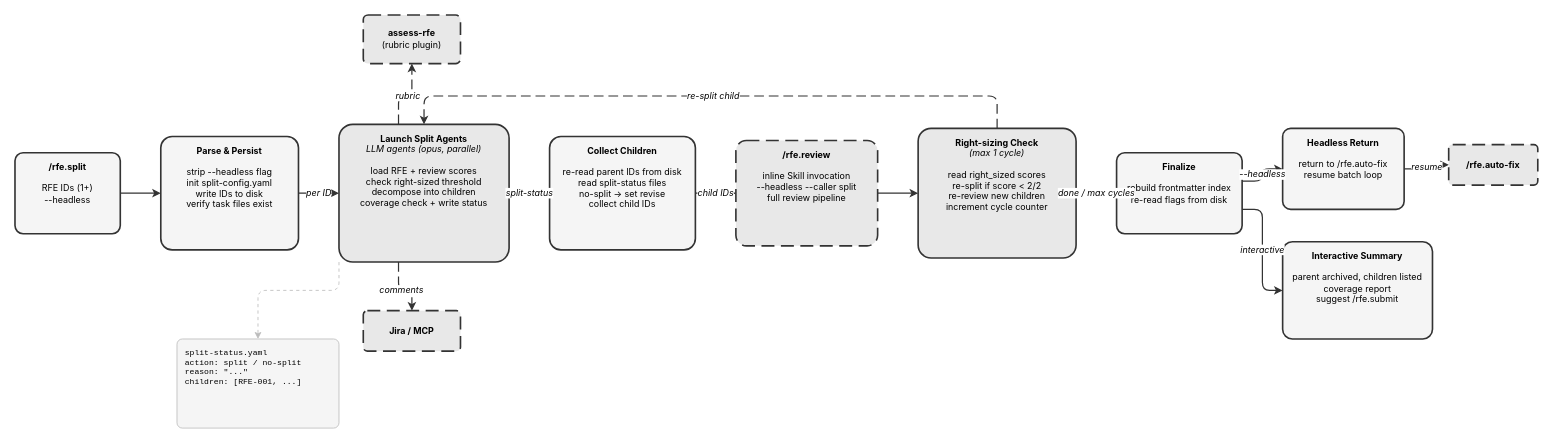
This is site/docs/plugins/rfe-creator/rfe.split.drawio from fege/skills-registry, a draw.io file, before an edit. Source tidied: cells renumbered, new cells numbered last; positions are measured from the earlier drawing's top-left corner, leaving out a move shared by most shapes. Both pictures are drawn from the tidied source at 81%, with x=0, y=0 at pixel (15, 15).
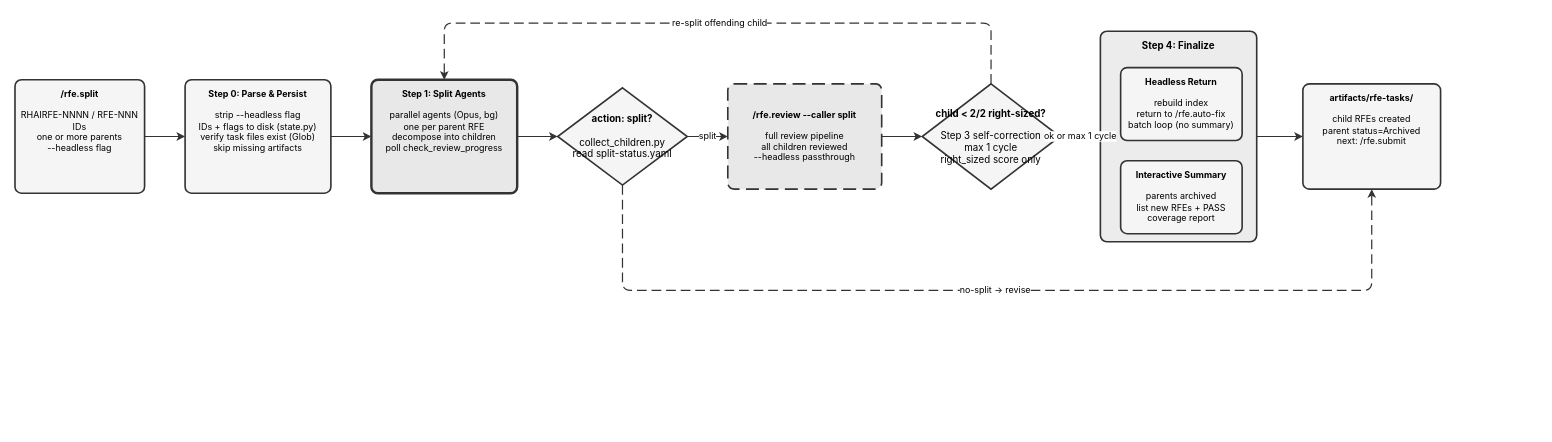
Above is the later version.

Change to the diagram source:
```diff
@@
-    <mxCell id="2" value="&lt;b&gt;/rfe.split&lt;/b&gt;&lt;br&gt;&lt;br&gt;RFE IDs (1+)&lt;br&gt;--headless" style="rounded=1;whiteSpace=wrap;html=1;fillColor=#f5f5f5;strokeColor=#333333;strokeWidth=2;arcSize=10;verticalAlign=top;spacingTop=5;fontSize=11;fontFamily=Inter,Helvetica,Arial,sans-serif;" parent="1" vertex="1">
-      <mxGeometry y="170" width="130" height="100" as="geometry" />
+    <mxCell id="2" value="&lt;b&gt;/rfe.split&lt;/b&gt;&lt;br&gt;&lt;br&gt;RHAIRFE-NNNN / RFE-NNN IDs&lt;br&gt;one or more parents&lt;br&gt;--headless flag" style="rounded=1;whiteSpace=wrap;html=1;fillColor=#f5f5f5;strokeColor=#333333;strokeWidth=2;verticalAlign=top;spacingTop=5;fontSize=11;fontFamily=Inter,Helvetica,Arial,sans-serif;arcSize=16;absoluteArcSize=1;" parent="1" vertex="1">
+      <mxGeometry y="80" width="160" height="140" as="geometry" />
     </mxCell>
-    <mxCell id="3" value="&lt;b&gt;Parse &amp; Persist&lt;/b&gt;&lt;br&gt;&lt;br&gt;strip --headless flag&lt;br&gt;init split-config.yaml&lt;br&gt;write IDs to disk&lt;br&gt;verify task files exist" style="rounded=1;whiteSpace=wrap;html=1;fillColor=#f5f5f5;strokeColor=#333333;strokeWidth=2;arcSize=10;verticalAlign=top;spacingTop=5;fontSize=11;fontFamily=Inter,Helvetica,Arial,sans-serif;" parent="1" vertex="1">
-      <mxGeometry x="180" y="150" width="170" height="140" as="geometry" />
+    <mxCell id="3" value="&lt;b&gt;Step 0: Parse &amp; Persist&lt;/b&gt;&lt;br&gt;&lt;br&gt;strip --headless flag&lt;br&gt;IDs + flags to disk (state.py)&lt;br&gt;verify task files exist (Glob)&lt;br&gt;skip missing artifacts" style="rounded=1;whiteSpace=wrap;html=1;fillColor=#f5f5f5;strokeColor=#333333;strokeWidth=2;verticalAlign=top;spacingTop=5;fontSize=11;fontFamily=Inter,Helvetica,Arial,sans-serif;arcSize=16;absoluteArcSize=1;" parent="1" vertex="1">
+      <mxGeometry x="210" y="80" width="180" height="140" as="geometry" />
     </mxCell>
-    <mxCell id="4" value="&lt;b&gt;Launch Split Agents&lt;/b&gt;&lt;br&gt;&lt;i&gt;LLM agents (opus, parallel)&lt;/i&gt;&lt;br&gt;&lt;br&gt;load RFE + review scores&lt;br&gt;check right-sized threshold&lt;br&gt;decompose into children&lt;br&gt;coverage check + write status" style="rounded=1;whiteSpace=wrap;html=1;fillColor=#e8e8e8;strokeColor=#333333;strokeWidth=2;arcSize=10;verticalAlign=top;spacingTop=5;fontSize=11;fontFamily=Inter,Helvetica,Arial,sans-serif;" parent="1" vertex="1">
-      <mxGeometry x="400" y="135" width="210" height="170" as="geometry" />
+    <mxCell id="4" value="&lt;b&gt;Step 1: Split Agents&lt;/b&gt;&lt;br&gt;&lt;br&gt;parallel agents (Opus, bg)&lt;br&gt;one per parent RFE&lt;br&gt;decompose into children&lt;br&gt;poll check_review_progress" style="rounded=1;whiteSpace=wrap;html=1;fillColor=#e8e8e8;strokeColor=#333333;strokeWidth=3;verticalAlign=top;spacingTop=5;fontSize=11;fontFamily=Inter,Helvetica,Arial,sans-serif;double=1;arcSize=16;absoluteArcSize=1;" parent="1" vertex="1">
+      <mxGeometry x="440" y="80" width="180" height="140" as="geometry" />
     </mxCell>
-    <mxCell id="5" value="&lt;b&gt;assess-rfe&lt;/b&gt;&lt;br&gt;(rubric plugin)" style="rounded=1;whiteSpace=wrap;html=1;fillColor=#e8e8e8;strokeColor=#333333;strokeWidth=2;arcSize=10;dashed=1;dashPattern=8 4;verticalAlign=middle;fontSize=11;fontFamily=Inter,Helvetica,Arial,sans-serif;" parent="1" vertex="1">
-      <mxGeometry x="430" width="120" height="60" as="geometry" />
-    </mxCell>
-    <mxCell id="6" value="&lt;b&gt;Jira / MCP&lt;/b&gt;" style="rounded=1;whiteSpace=wrap;html=1;fillColor=#e8e8e8;strokeColor=#333333;strokeWidth=2;arcSize=10;dashed=1;dashPattern=8 4;verticalAlign=middle;fontSize=11;fontFamily=Inter,Helvetica,Arial,sans-serif;" parent="1" vertex="1">
-      <mxGeometry x="430" y="365" width="120" height="50" as="geometry" />
-    </mxCell>
-    <mxCell id="7" value="split-status.yaml&lt;br&gt;action: split / no-split&lt;br&gt;reason: &quot;...&quot;&lt;br&gt;children: [RFE-001, ...]" style="rounded=1;whiteSpace=wrap;html=1;fillColor=#f5f5f5;strokeColor=#bbbbbb;strokeWidth=1;arcSize=6;verticalAlign=top;spacingTop=5;align=left;spacingLeft=8;fontSize=10;fontFamily=JetBrains Mono,Courier New,monospace;" parent="1" vertex="1">
-      <mxGeometry x="200" y="400" width="200" height="110" as="geometry" />
-    </mxCell>
-    <mxCell id="8" value="&lt;b&gt;Collect Children&lt;/b&gt;&lt;br&gt;&lt;br&gt;re-read parent IDs from disk&lt;br&gt;read split-status files&lt;br&gt;no-split &amp;rarr; set revise&lt;br&gt;collect child IDs" style="rounded=1;whiteSpace=wrap;html=1;fillColor=#f5f5f5;strokeColor=#333333;strokeWidth=2;arcSize=10;verticalAlign=top;spacingTop=5;fontSize=11;fontFamily=Inter,Helvetica,Arial,sans-serif;" parent="1" vertex="1">
-      <mxGeometry x="660" y="150" width="180" height="140" as="geometry" />
-    </mxCell>
-    <mxCell id="9" value="&lt;b&gt;/rfe.review&lt;/b&gt;&lt;br&gt;&lt;br&gt;inline Skill invocation&lt;br&gt;--headless --caller split&lt;br&gt;full review pipeline" style="rounded=1;whiteSpace=wrap;html=1;fillColor=#e8e8e8;strokeColor=#333333;strokeWidth=2;arcSize=10;dashed=1;dashPattern=8 4;verticalAlign=top;spacingTop=5;fontSize=11;fontFamily=Inter,Helvetica,Arial,sans-serif;" parent="1" vertex="1">
-      <mxGeometry x="890" y="155" width="175" height="130" as="geometry" />
-    </mxCell>
-    <mxCell id="10" value="&lt;b&gt;Right-sizing Check&lt;/b&gt;&lt;br&gt;&lt;i&gt;(max 1 cycle)&lt;/i&gt;&lt;br&gt;&lt;br&gt;read right_sized scores&lt;br&gt;re-split if score &lt; 2/2&lt;br&gt;re-review new children&lt;br&gt;increment cycle counter" style="rounded=1;whiteSpace=wrap;html=1;fillColor=#e8e8e8;strokeColor=#333333;strokeWidth=2;arcSize=10;verticalAlign=top;spacingTop=5;fontSize=11;fontFamily=Inter,Helvetica,Arial,sans-serif;" parent="1" vertex="1">
-      <mxGeometry x="1115" y="140" width="195" height="160" as="geometry" />
-    </mxCell>
+    <mxCell id="28" value="&lt;b&gt;action: split?&lt;/b&gt;&lt;br&gt;&lt;br&gt;collect_children.py&lt;br&gt;read split-status.yaml" style="rhombus;whiteSpace=wrap;html=1;fillColor=#f5f5f5;strokeColor=#333333;strokeWidth=2;fontSize=12;fontFamily=Inter,Helvetica,Arial,sans-serif;" parent="1" vertex="1">
+      <mxGeometry x="670" y="90" width="160" height="120" as="geometry" />
+    </mxCell>
+    <mxCell id="29" value="&lt;b&gt;/rfe.review --caller split&lt;/b&gt;&lt;br&gt;&lt;br&gt;full review pipeline&lt;br&gt;all children reviewed&lt;br&gt;--headless passthrough" style="rounded=1;whiteSpace=wrap;html=1;fillColor=#e8e8e8;strokeColor=#333333;strokeWidth=2;dashed=1;dashPattern=8 4;verticalAlign=middle;fontSize=11;fontFamily=Inter,Helvetica,Arial,sans-serif;arcSize=16;absoluteArcSize=1;" parent="1" vertex="1">
+      <mxGeometry x="880" y="85" width="190" height="130" as="geometry" />
+    </mxCell>
+    <mxCell id="30" value="&lt;b&gt;child &lt; 2/2 right-sized?&lt;/b&gt;&lt;br&gt;&lt;br&gt;Step 3 self-correction&lt;br&gt;max 1 cycle&lt;br&gt;right_sized score only" style="rhombus;whiteSpace=wrap;html=1;fillColor=#f5f5f5;strokeColor=#333333;strokeWidth=2;fontSize=12;fontFamily=Inter,Helvetica,Arial,sans-serif;" parent="1" vertex="1">
+      <mxGeometry x="1120" y="85" width="170" height="130" as="geometry" />
+    </mxCell>
-    <mxCell id="11" value="&lt;b&gt;Finalize&lt;/b&gt;&lt;br&gt;&lt;br&gt;rebuild frontmatter index&lt;br&gt;re-read flags from disk" style="rounded=1;whiteSpace=wrap;html=1;fillColor=#f5f5f5;strokeColor=#333333;strokeWidth=2;arcSize=10;verticalAlign=top;spacingTop=5;fontSize=11;fontFamily=Inter,Helvetica,Arial,sans-serif;" parent="1" vertex="1">
-      <mxGeometry x="1360" y="170" width="155" height="100" as="geometry" />
+    <mxCell id="11" value="&lt;b&gt;Step 4: Finalize&lt;/b&gt;" style="rounded=1;whiteSpace=wrap;html=1;fillColor=#ececec;strokeColor=#333333;strokeWidth=2;verticalAlign=top;spacingTop=5;fontSize=12;fontStyle=1;fontFamily=Inter,Helvetica,Arial,sans-serif;arcSize=16;absoluteArcSize=1;" parent="1" vertex="1">
+      <mxGeometry x="1340" y="20" width="193" height="260" as="geometry" />
     </mxCell>
-    <mxCell id="12" value="&lt;b&gt;Headless Return&lt;/b&gt;&lt;br&gt;&lt;br&gt;return to /rfe.auto-fix&lt;br&gt;resume batch loop" style="rounded=1;whiteSpace=wrap;html=1;fillColor=#f5f5f5;strokeColor=#333333;strokeWidth=2;arcSize=10;verticalAlign=top;spacingTop=5;fontSize=11;fontFamily=Inter,Helvetica,Arial,sans-serif;" parent="1" vertex="1">
-      <mxGeometry x="1565" y="140" width="150" height="100" as="geometry" />
-    </mxCell>
-    <mxCell id="13" value="&lt;b&gt;Interactive Summary&lt;/b&gt;&lt;br&gt;&lt;br&gt;parent archived, children listed&lt;br&gt;coverage report&lt;br&gt;suggest /rfe.submit" style="rounded=1;whiteSpace=wrap;html=1;fillColor=#f5f5f5;strokeColor=#333333;strokeWidth=2;arcSize=10;verticalAlign=top;spacingTop=5;fontSize=11;fontFamily=Inter,Helvetica,Arial,sans-serif;" parent="1" vertex="1">
-      <mxGeometry x="1565" y="280" width="185" height="120" as="geometry" />
-    </mxCell>
-    <mxCell id="14" value="&lt;b&gt;/rfe.auto-fix&lt;/b&gt;" style="rounded=1;whiteSpace=wrap;html=1;fillColor=#e8e8e8;strokeColor=#333333;strokeWidth=2;arcSize=10;dashed=1;dashPattern=8 4;verticalAlign=middle;fontSize=11;fontFamily=Inter,Helvetica,Arial,sans-serif;" parent="1" vertex="1">
-      <mxGeometry x="1770" y="160" width="110" height="50" as="geometry" />
-    </mxCell>
+    <mxCell id="31" value="&lt;b&gt;Headless Return&lt;/b&gt;&lt;br&gt;&lt;br&gt;rebuild index&lt;br&gt;return to /rfe.auto-fix&lt;br&gt;batch loop (no summary)" style="rounded=1;whiteSpace=wrap;html=1;fillColor=#f5f5f5;strokeColor=#333333;strokeWidth=2;verticalAlign=top;spacingTop=5;fontSize=11;fontFamily=Inter,Helvetica,Arial,sans-serif;arcSize=16;absoluteArcSize=1;" parent="11" vertex="1">
+      <mxGeometry x="25" y="45" width="150" height="90" as="geometry" />
+    </mxCell>
+    <mxCell id="32" value="&lt;b&gt;Interactive Summary&lt;/b&gt;&lt;br&gt;&lt;br&gt;parents archived&lt;br&gt;list new RFEs + PASS&lt;br&gt;coverage report" style="rounded=1;whiteSpace=wrap;html=1;fillColor=#f5f5f5;strokeColor=#333333;strokeWidth=2;verticalAlign=top;spacingTop=5;fontSize=11;fontFamily=Inter,Helvetica,Arial,sans-serif;arcSize=16;absoluteArcSize=1;" parent="11" vertex="1">
+      <mxGeometry x="25" y="160" width="150" height="90" as="geometry" />
+    </mxCell>
+    <mxCell id="33" value="&lt;b&gt;artifacts/rfe-tasks/&lt;/b&gt;&lt;br&gt;&lt;br&gt;child RFEs created&lt;br&gt;parent status=Archived&lt;br&gt;next: /rfe.submit" style="rounded=1;whiteSpace=wrap;html=1;fillColor=#f5f5f5;strokeColor=#333333;strokeWidth=2;verticalAlign=top;spacingTop=5;fontSize=11;fontFamily=Inter,Helvetica,Arial,sans-serif;arcSize=16;absoluteArcSize=1;" parent="1" vertex="1">
+      <mxGeometry x="1590" y="85" width="170" height="130" as="geometry" />
+    </mxCell>
-    <mxCell id="15" style="edgeStyle=orthogonalEdgeStyle;rounded=1;strokeColor=#333333;strokeWidth=1.5;html=1;fontFamily=Inter,Helvetica,Arial,sans-serif;exitX=1;exitY=0.5;exitDx=0;exitDy=0;entryX=0;entryY=0.5;entryDx=0;entryDy=0;" parent="1" edge="1" source="2" target="3">
+    <mxCell id="15" style="edgeStyle=orthogonalEdgeStyle;rounded=1;strokeColor=#333333;strokeWidth=1.5;html=1;fontFamily=Inter,Helvetica,Arial,sans-serif;exitX=1.0;exitY=0.5;exitDx=0;exitDy=0;entryX=0.0;entryY=0.5;entryDx=0;entryDy=0;" parent="1" edge="1" source="2" target="3">
       <mxGeometry relative="1" as="geometry" />
     </mxCell>
-    <mxCell id="16" value="per ID" style="edgeStyle=orthogonalEdgeStyle;rounded=1;strokeColor=#333333;strokeWidth=1.5;html=1;fontFamily=Inter,Helvetica,Arial,sans-serif;fontStyle=2;fontSize=11;exitX=1;exitY=0.5;exitDx=0;exitDy=0;entryX=0;entryY=0.5;entryDx=0;entryDy=0;" parent="1" edge="1" source="3" target="4">
+    <mxCell id="16" style="edgeStyle=orthogonalEdgeStyle;rounded=1;strokeColor=#333333;strokeWidth=1.5;html=1;fontFamily=Inter,Helvetica,Arial,sans-serif;exitX=1.0;exitY=0.5;exitDx=0;exitDy=0;entryX=0.0;entryY=0.5;entryDx=0;entryDy=0;" parent="1" edge="1" source="3" target="4">
       <mxGeometry relative="1" as="geometry" />
     </mxCell>
-    <mxCell id="17" value="rubric" style="edgeStyle=orthogonalEdgeStyle;rounded=1;strokeColor=#333333;strokeWidth=1.5;dashed=1;dashPattern=8 4;html=1;fontFamily=Inter,Helvetica,Arial,sans-serif;fontStyle=2;fontSize=11;exitX=0.35;exitY=0;exitDx=0;exitDy=0;entryX=0.5;entryY=1;entryDx=0;entryDy=0;" parent="1" edge="1" source="4" target="5">
-      <mxGeometry relative="1" as="geometry">
-        <Array as="points">
-          <mxPoint x="474" y="100" />
-          <mxPoint x="490" y="100" />
-        </Array>
-      </mxGeometry>
-    </mxCell>
-    <mxCell id="18" value="comments" style="edgeStyle=orthogonalEdgeStyle;rounded=1;strokeColor=#333333;strokeWidth=1.5;dashed=1;dashPattern=8 4;html=1;fontFamily=Inter,Helvetica,Arial,sans-serif;fontStyle=2;fontSize=11;exitX=0.35;exitY=1;exitDx=0;exitDy=0;entryX=0.5;entryY=0;entryDx=0;entryDy=0;" parent="1" edge="1" source="4" target="6">
-      <mxGeometry relative="1" as="geometry">
-        <Array as="points">
-          <mxPoint x="474" y="340" />
-          <mxPoint x="490" y="340" />
-        </Array>
-      </mxGeometry>
-    </mxCell>
-    <mxCell id="19" value="split-status" style="edgeStyle=orthogonalEdgeStyle;rounded=1;strokeColor=#333333;strokeWidth=1.5;html=1;fontFamily=Inter,Helvetica,Arial,sans-serif;fontStyle=2;fontSize=11;exitX=1;exitY=0.5;exitDx=0;exitDy=0;entryX=0;entryY=0.5;entryDx=0;entryDy=0;" parent="1" edge="1" source="4" target="8">
-      <mxGeometry relative="1" as="geometry" />
-    </mxCell>
-    <mxCell id="20" style="edgeStyle=orthogonalEdgeStyle;rounded=1;strokeColor=#bbbbbb;strokeWidth=1;dashed=1;dashPattern=4 4;html=1;fontFamily=Inter,Helvetica,Arial,sans-serif;exitX=0;exitY=1;exitDx=0;exitDy=0;entryX=0.5;entryY=0;entryDx=0;entryDy=0;" parent="1" edge="1" source="4" target="7">
-      <mxGeometry relative="1" as="geometry">
-        <Array as="points">
-          <mxPoint x="400" y="340" />
-          <mxPoint x="300" y="340" />
-        </Array>
-      </mxGeometry>
-    </mxCell>
-    <mxCell id="21" value="child IDs" style="edgeStyle=orthogonalEdgeStyle;rounded=1;strokeColor=#333333;strokeWidth=1.5;html=1;fontFamily=Inter,Helvetica,Arial,sans-serif;fontStyle=2;fontSize=11;exitX=1;exitY=0.5;exitDx=0;exitDy=0;entryX=0;entryY=0.5;entryDx=0;entryDy=0;" parent="1" edge="1" source="8" target="9">
-      <mxGeometry relative="1" as="geometry" />
-    </mxCell>
-    <mxCell id="22" style="edgeStyle=orthogonalEdgeStyle;rounded=1;strokeColor=#333333;strokeWidth=1.5;html=1;fontFamily=Inter,Helvetica,Arial,sans-serif;exitX=1;exitY=0.5;exitDx=0;exitDy=0;entryX=0;entryY=0.5;entryDx=0;entryDy=0;" parent="1" edge="1" source="9" target="10">
-      <mxGeometry relative="1" as="geometry" />
-    </mxCell>
-    <mxCell id="23" value="re-split child" style="edgeStyle=orthogonalEdgeStyle;rounded=1;strokeColor=#333333;strokeWidth=1.5;dashed=1;dashPattern=8 4;html=1;fontFamily=Inter,Helvetica,Arial,sans-serif;fontStyle=2;fontSize=11;exitX=0.5;exitY=0;exitDx=0;exitDy=0;entryX=0.5;entryY=0;entryDx=0;entryDy=0;" parent="1" edge="1" source="10" target="4">
-      <mxGeometry relative="1" as="geometry">
-        <Array as="points">
-          <mxPoint x="1212" y="100" />
-          <mxPoint x="505" y="100" />
-        </Array>
-      </mxGeometry>
-    </mxCell>
-    <mxCell id="24" value="done / max cycles" style="edgeStyle=orthogonalEdgeStyle;rounded=1;strokeColor=#333333;strokeWidth=1.5;html=1;fontFamily=Inter,Helvetica,Arial,sans-serif;fontStyle=2;fontSize=11;exitX=1;exitY=0.5;exitDx=0;exitDy=0;entryX=0;entryY=0.5;entryDx=0;entryDy=0;" parent="1" edge="1" source="10" target="11">
-      <mxGeometry relative="1" as="geometry" />
-    </mxCell>
-    <mxCell id="25" value="--headless" style="edgeStyle=orthogonalEdgeStyle;rounded=1;strokeColor=#333333;strokeWidth=1.5;html=1;fontFamily=Inter,Helvetica,Arial,sans-serif;fontStyle=2;fontSize=11;exitX=1;exitY=0.35;exitDx=0;exitDy=0;entryX=0;entryY=0.5;entryDx=0;entryDy=0;" parent="1" edge="1" source="11" target="12">
-      <mxGeometry relative="1" as="geometry">
-        <Array as="points">
-          <mxPoint x="1540" y="205" />
-          <mxPoint x="1540" y="190" />
-        </Array>
-      </mxGeometry>
-    </mxCell>
-    <mxCell id="26" value="interactive" style="edgeStyle=orthogonalEdgeStyle;rounded=1;strokeColor=#333333;strokeWidth=1.5;html=1;fontFamily=Inter,Helvetica,Arial,sans-serif;fontStyle=2;fontSize=11;exitX=1;exitY=0.7;exitDx=0;exitDy=0;entryX=0;entryY=0.5;entryDx=0;entryDy=0;" parent="1" edge="1" source="11" target="13">
-      <mxGeometry relative="1" as="geometry">
-        <Array as="points">
-          <mxPoint x="1540" y="240" />
-          <mxPoint x="1540" y="340" />
-        </Array>
-      </mxGeometry>
-    </mxCell>
-    <mxCell id="27" value="resume" style="edgeStyle=orthogonalEdgeStyle;rounded=1;strokeColor=#333333;strokeWidth=1.5;dashed=1;dashPattern=8 4;html=1;fontFamily=Inter,Helvetica,Arial,sans-serif;fontStyle=2;fontSize=11;exitX=1;exitY=0.5;exitDx=0;exitDy=0;entryX=0;entryY=0.5;entryDx=0;entryDy=0;" parent="1" edge="1" source="12" target="14">
-      <mxGeometry relative="1" as="geometry" />
-    </mxCell>
+    <mxCell id="34" style="edgeStyle=orthogonalEdgeStyle;rounded=1;strokeColor=#333333;strokeWidth=1.5;html=1;fontFamily=Inter,Helvetica,Arial,sans-serif;exitX=1.0;exitY=0.5;exitDx=0;exitDy=0;entryX=0.0;entryY=0.5;entryDx=0;entryDy=0;" parent="1" edge="1" source="4" target="28">
+      <mxGeometry relative="1" as="geometry" />
+    </mxCell>
+    <mxCell id="35" value="split" style="edgeStyle=orthogonalEdgeStyle;rounded=1;strokeColor=#333333;strokeWidth=1.5;html=1;fontFamily=Inter,Helvetica,Arial,sans-serif;exitX=1.0;exitY=0.5;exitDx=0;exitDy=0;entryX=0.0;entryY=0.5;entryDx=0;entryDy=0;" parent="1" edge="1" source="28" target="29">
+      <mxGeometry relative="1" as="geometry" />
+    </mxCell>
+    <mxCell id="36" value="no-split -&gt; revise" style="edgeStyle=orthogonalEdgeStyle;rounded=1;strokeColor=#333333;strokeWidth=1.5;html=1;fontFamily=Inter,Helvetica,Arial,sans-serif;dashed=1;dashPattern=8 4;exitX=0.5;exitY=1.0;exitDx=0;exitDy=0;entryX=0.5;entryY=1.0;entryDx=0;entryDy=0;" parent="1" edge="1" source="28" target="33">
+      <mxGeometry relative="1" as="geometry">
+        <Array as="points">
+          <mxPoint x="750" y="340" />
+          <mxPoint x="1675" y="340" />
+        </Array>
+      </mxGeometry>
+    </mxCell>
+    <mxCell id="37" style="edgeStyle=orthogonalEdgeStyle;rounded=1;strokeColor=#333333;strokeWidth=1.5;html=1;fontFamily=Inter,Helvetica,Arial,sans-serif;exitX=1.0;exitY=0.5;exitDx=0;exitDy=0;entryX=0.0;entryY=0.5;entryDx=0;entryDy=0;" parent="1" edge="1" source="29" target="30">
+      <mxGeometry relative="1" as="geometry" />
+    </mxCell>
+    <mxCell id="38" value="re-split offending child" style="edgeStyle=orthogonalEdgeStyle;rounded=1;strokeColor=#333333;strokeWidth=1.5;html=1;fontFamily=Inter,Helvetica,Arial,sans-serif;dashed=1;dashPattern=8 4;exitX=0.5;exitY=0.0;exitDx=0;exitDy=0;entryX=0.5;entryY=0.0;entryDx=0;entryDy=0;" parent="1" edge="1" source="30" target="4">
+      <mxGeometry relative="1" as="geometry">
+        <Array as="points">
+          <mxPoint x="1205" y="10" />
+          <mxPoint x="530" y="10" />
+        </Array>
+      </mxGeometry>
+    </mxCell>
+    <mxCell id="39" value="ok or max 1 cycle" style="edgeStyle=orthogonalEdgeStyle;rounded=1;strokeColor=#333333;strokeWidth=1.5;html=1;fontFamily=Inter,Helvetica,Arial,sans-serif;exitX=1.0;exitY=0.5;exitDx=0;exitDy=0;entryX=0.0;entryY=0.5;entryDx=0;entryDy=0;" parent="1" edge="1" source="30" target="11">
+      <mxGeometry relative="1" as="geometry" />
+    </mxCell>
+    <mxCell id="40" style="edgeStyle=orthogonalEdgeStyle;rounded=1;strokeColor=#333333;strokeWidth=1.5;html=1;fontFamily=Inter,Helvetica,Arial,sans-serif;exitX=1.0;exitY=0.5;exitDx=0;exitDy=0;entryX=0.0;entryY=0.5;entryDx=0;entryDy=0;" parent="1" edge="1" source="11" target="33">
+      <mxGeometry relative="1" as="geometry" />
+    </mxCell>
```
